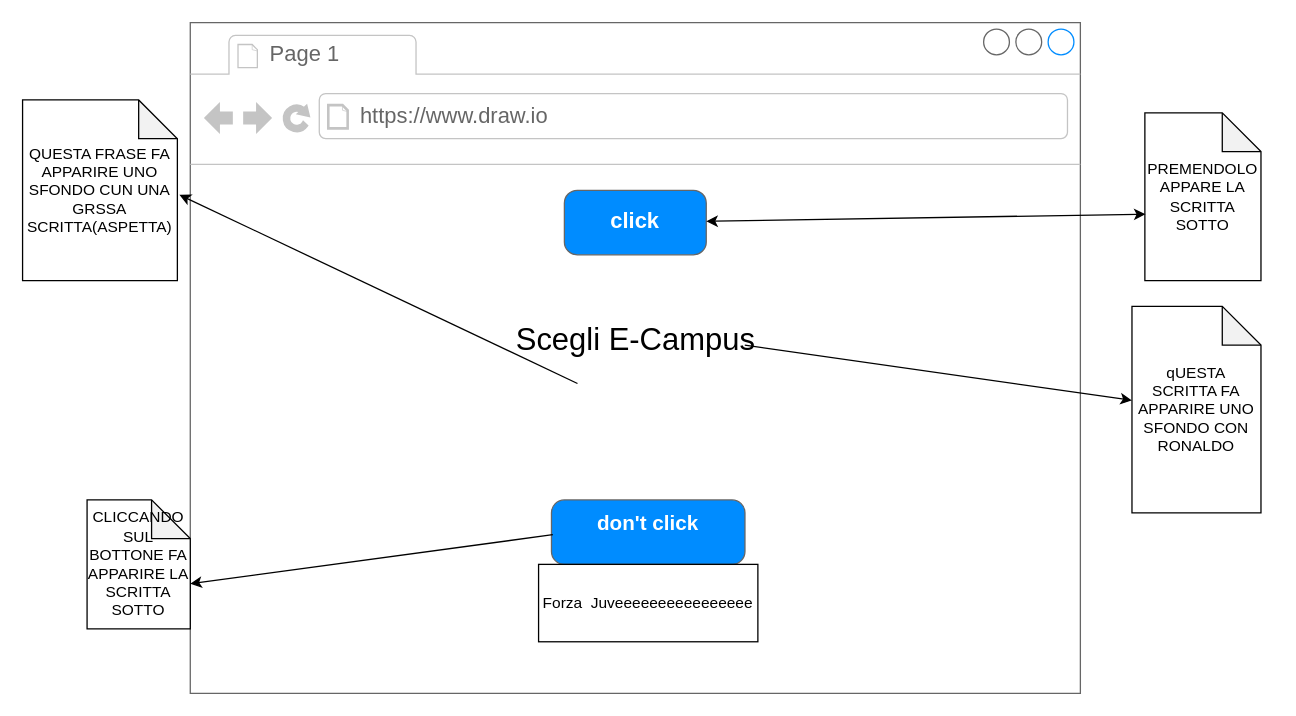
Above: Untitled Diagram.drawio in gianlucaanselmi/2021-informatica.html5 (draw.io), before the change. Source tidied: cells renumbered, new cells numbered last; positions are measured from the earlier drawing's top-left corner, leaving out a move shared by most shapes. Both pictures are drawn from the tidied source at 129%, with x=0, y=0 at pixel (22, 22).
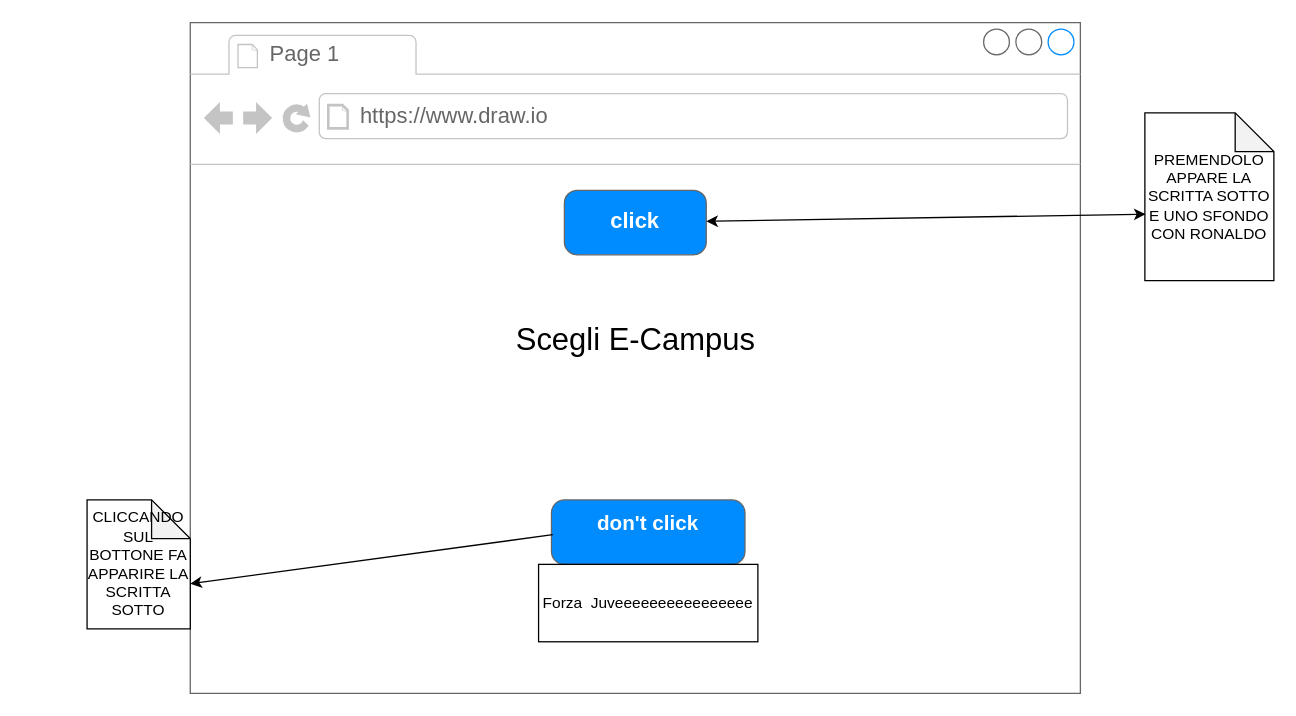
Above is the later version.

Change to the diagram source:
```diff
@@
 <mxGraphModel>
   <root>
     <mxCell id="0" />
     <mxCell id="1" parent="0" />
     <mxCell id="2" value="&lt;font style=&quot;font-size: 24px&quot;&gt;Scegli E-Campus&lt;br&gt;&lt;br&gt;&lt;/font&gt;" style="strokeWidth=1;shadow=0;dashed=0;align=center;html=1;shape=mxgraph.mockup.containers.browserWindow;rSize=0;strokeColor=#666666;strokeColor2=#008cff;strokeColor3=#c4c4c4;mainText=,;" parent="1" vertex="1">
       <mxGeometry x="130" width="690" height="520" as="geometry" />
     </mxCell>
     <mxCell id="3" value="Page 1" style="strokeWidth=1;shadow=0;dashed=0;align=center;html=1;shape=mxgraph.mockup.containers.anchor;fontSize=17;fontColor=#666666;align=left;" parent="2" vertex="1">
       <mxGeometry x="60" y="12" width="110" height="26" as="geometry" />
     </mxCell>
     <mxCell id="4" value="https://www.draw.io" style="strokeWidth=1;shadow=0;dashed=0;align=center;html=1;shape=mxgraph.mockup.containers.anchor;rSize=0;fontSize=17;fontColor=#666666;align=left;" parent="2" vertex="1">
       <mxGeometry x="130" y="60" width="250" height="26" as="geometry" />
     </mxCell>
     <mxCell id="5" value="click&lt;br&gt;" style="strokeWidth=1;shadow=0;dashed=0;align=center;html=1;shape=mxgraph.mockup.buttons.button;strokeColor=#666666;fontColor=#ffffff;mainText=;buttonStyle=round;fontSize=17;fontStyle=1;fillColor=#008cff;whiteSpace=wrap;" parent="2" vertex="1">
       <mxGeometry x="290" y="130" width="110" height="50" as="geometry" />
     </mxCell>
     <mxCell id="6" style="strokeWidth=1;shadow=0;dashed=0;align=center;html=1;shape=mxgraph.mockup.buttons.multiButton;fillColor=#008cff;strokeColor=#666666;mainText=;subText=;" parent="2" vertex="1">
       <mxGeometry x="280" y="370" width="150" height="50" as="geometry" />
     </mxCell>
     <mxCell id="7" value="don't click" style="strokeWidth=1;shadow=0;dashed=0;align=center;html=1;shape=mxgraph.mockup.anchor;fontSize=16;fontColor=#ffffff;fontStyle=1;whiteSpace=wrap;" parent="6" vertex="1">
       <mxGeometry y="8" width="150" height="20" as="geometry" />
     </mxCell>
     <mxCell id="8" style="strokeWidth=1;shadow=0;dashed=0;align=center;html=1;shape=mxgraph.mockup.anchor;fontSize=12;fontColor=#ffffff;fontStyle=1;whiteSpace=wrap;" parent="6" vertex="1">
       <mxGeometry y="30" width="150" height="10" as="geometry" />
     </mxCell>
     <mxCell id="9" value="Forza&amp;nbsp; Juveeeeeeeeeeeeeeee" style="rounded=0;whiteSpace=wrap;html=1;" parent="2" vertex="1">
       <mxGeometry x="270" y="420" width="170" height="60" as="geometry" />
     </mxCell>
-    <mxCell id="10" value="PREMENDOLO APPARE LA SCRITTA SOTTO" style="shape=note;whiteSpace=wrap;html=1;backgroundOutline=1;darkOpacity=0.05;" parent="1" vertex="1">
-      <mxGeometry x="870" y="70" width="90" height="130" as="geometry" />
+    <mxCell id="10" value="PREMENDOLO APPARE LA SCRITTA SOTTO E UNO SFONDO CON RONALDO" style="shape=note;whiteSpace=wrap;html=1;backgroundOutline=1;darkOpacity=0.05;" parent="1" vertex="1">
+      <mxGeometry x="870" y="70" width="100" height="130" as="geometry" />
     </mxCell>
-    <mxCell id="11" value="qUESTA SCRITTA FA APPARIRE UNO SFONDO CON RONALDO" style="shape=note;whiteSpace=wrap;html=1;backgroundOutline=1;darkOpacity=0.05;" parent="1" vertex="1">
-      <mxGeometry x="860" y="220" width="100" height="160" as="geometry" />
-    </mxCell>
     <mxCell id="12" style="endArrow=classic;startArrow=classic;html=1;entryX=0.006;entryY=0.604;entryDx=0;entryDy=0;entryPerimeter=0;" parent="1" edge="1" source="5" target="10">
       <mxGeometry relative="1" as="geometry" />
     </mxCell>
-    <mxCell id="13" style="endArrow=classic;html=1;exitX=0.623;exitY=0.481;exitDx=0;exitDy=0;exitPerimeter=0;" parent="1" edge="1" source="2" target="11">
-      <mxGeometry relative="1" as="geometry" />
-    </mxCell>
-    <mxCell id="14" value="QUESTA FRASE FA APPARIRE UNO SFONDO CUN UNA GRSSA SCRITTA(ASPETTA)" style="shape=note;whiteSpace=wrap;html=1;backgroundOutline=1;darkOpacity=0.05;" parent="1" vertex="1">
-      <mxGeometry y="60" width="120" height="140" as="geometry" />
-    </mxCell>
-    <mxCell id="15" style="endArrow=classic;html=1;entryX=1.013;entryY=0.525;entryDx=0;entryDy=0;entryPerimeter=0;exitX=0.435;exitY=0.538;exitDx=0;exitDy=0;exitPerimeter=0;" parent="1" edge="1" source="2" target="14">
-      <mxGeometry relative="1" as="geometry" />
-    </mxCell>
     <mxCell id="16" value="CLICCANDO SUL BOTTONE FA APPARIRE LA SCRITTA SOTTO" style="shape=note;whiteSpace=wrap;html=1;backgroundOutline=1;darkOpacity=0.05;" parent="1" vertex="1">
       <mxGeometry x="50" y="370" width="80" height="100" as="geometry" />
     </mxCell>
     <mxCell id="17" style="endArrow=classic;html=1;entryX=0;entryY=0;entryDx=80;entryDy=65;entryPerimeter=0;exitX=0.007;exitY=0.54;exitDx=0;exitDy=0;exitPerimeter=0;" parent="1" edge="1" source="6" target="16">
       <mxGeometry relative="1" as="geometry" />
     </mxCell>
   </root>
 </mxGraphModel>
```
